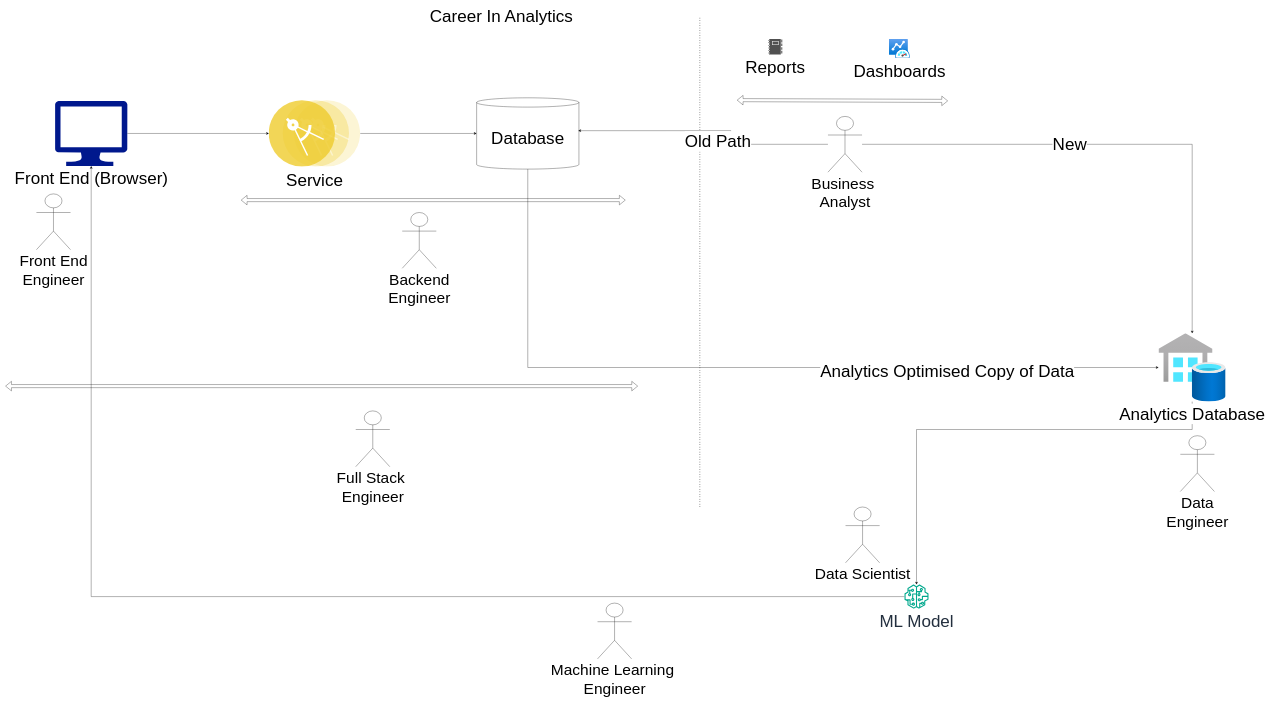
This is page "Presentation" (1 of 2) of talks/iit-b/Career In Analytics.drawio from aTechGuide/draw.io, a draw.io file, before an edit. Source tidied: cells renumbered, new cells numbered last; positions are measured from the earlier drawing's top-left corner, leaving out a move shared by most shapes. Both pictures are drawn from the tidied source at 31%, with x=0, y=0 at pixel (5, 11).
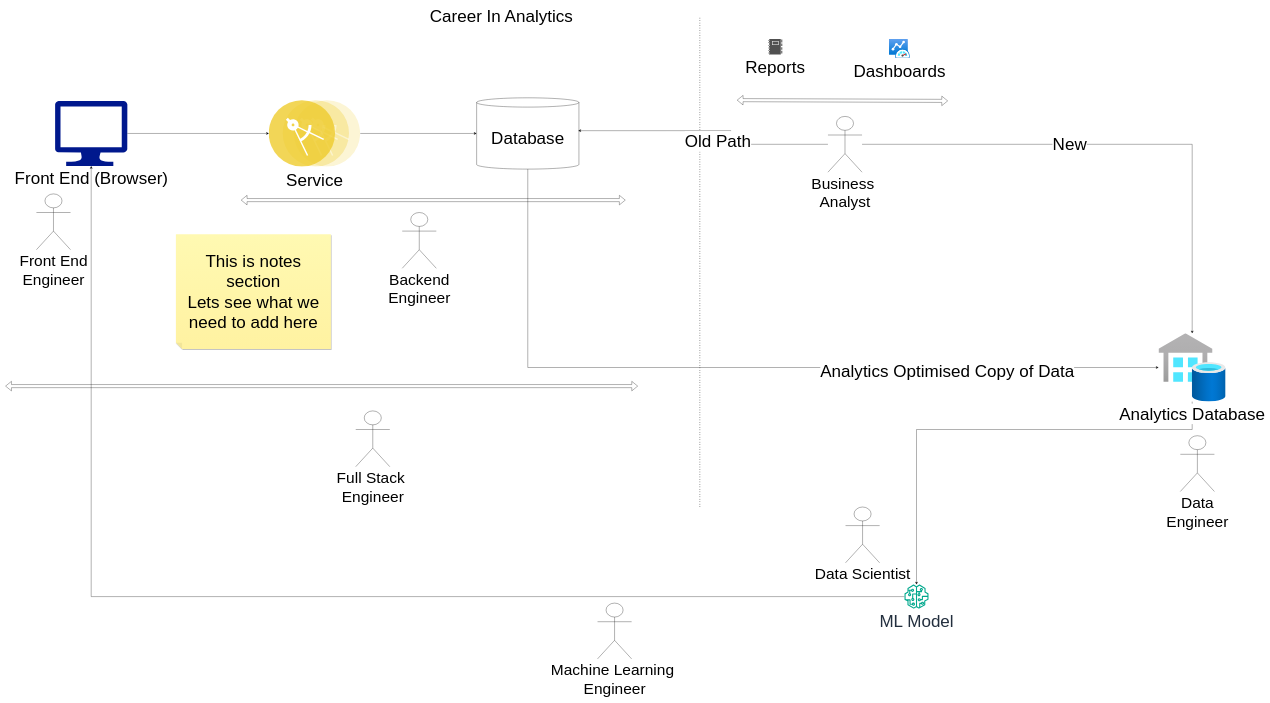
Above is the later version.

Change to the diagram source:
```diff
@@
+    <mxCell id="28" value="&lt;font style=&quot;font-size: 55px;&quot;&gt;This is notes section&lt;br&gt;Lets see what we need to add here&lt;br&gt;&lt;/font&gt;" style="shape=note;whiteSpace=wrap;html=1;backgroundOutline=1;fontColor=#000000;darkOpacity=0.05;fillColor=#FFF9B2;strokeColor=none;fillStyle=solid;direction=west;gradientDirection=north;gradientColor=#FFF2A1;shadow=1;size=20;" parent="1" vertex="1">
+      <mxGeometry x="550" y="720" width="500" height="370" as="geometry" />
+    </mxCell>
```
